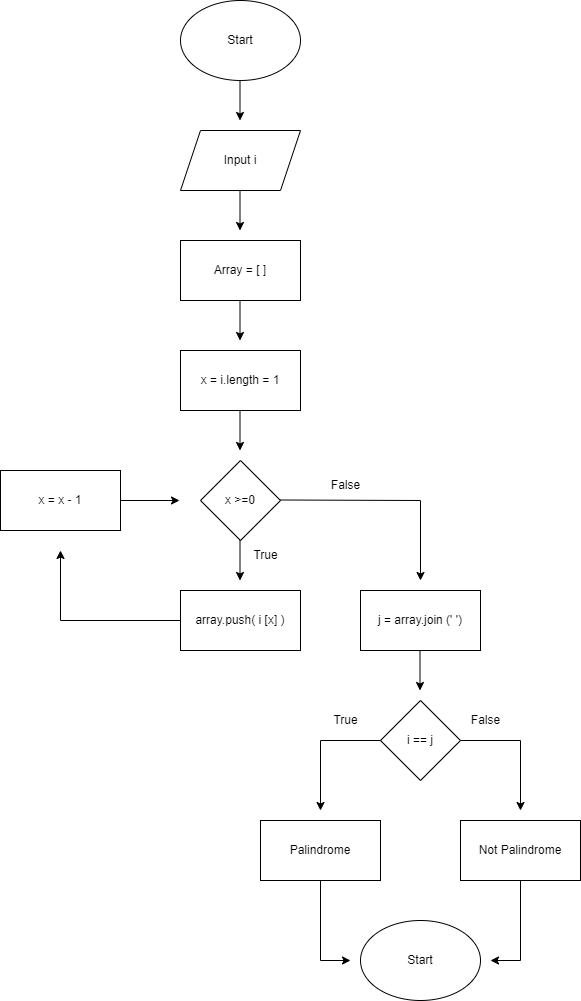
This is Task 1 A - FlowchartPalindrome.png from aberizuki/Week-2---JavaScript, a draw.io export, as it was before one commit. Source tidied: cells renumbered, new cells last; positions are measured from the earlier drawing's top-left corner, leaving out a move shared by most shapes.
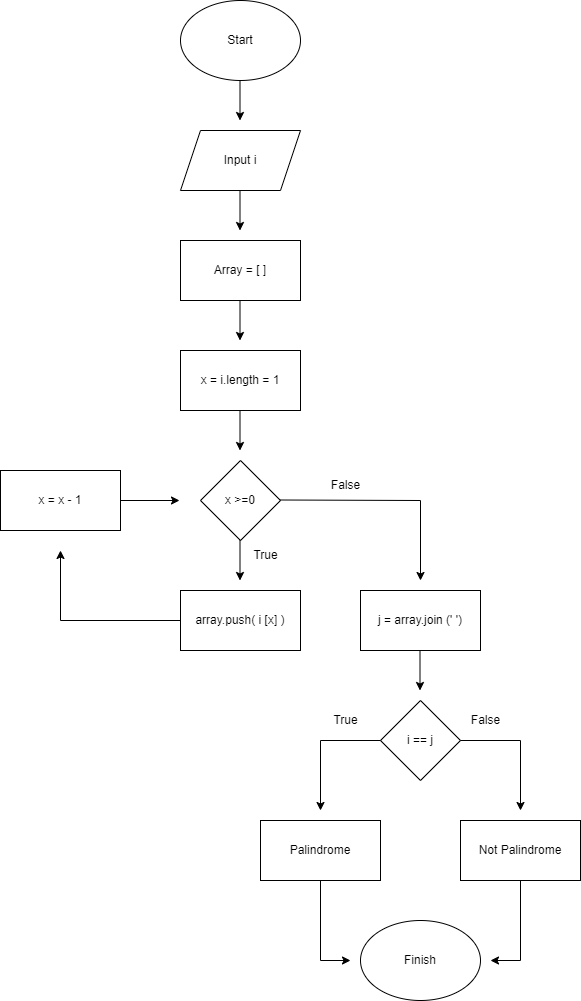
Above is the later version.

Diff of the diagram source:
```diff
@@ -123,7 +123,7 @@
     <mxCell id="27" value="Not Palindrome" style="rounded=0;whiteSpace=wrap;html=1;" parent="1" vertex="1">
       <mxGeometry x="460" y="820" width="120" height="60" as="geometry" />
     </mxCell>
-    <mxCell id="28" value="Start" style="ellipse;whiteSpace=wrap;html=1;" parent="1" vertex="1">
+    <mxCell id="28" value="Finish" style="ellipse;whiteSpace=wrap;html=1;" parent="1" vertex="1">
       <mxGeometry x="360" y="920" width="120" height="80" as="geometry" />
     </mxCell>
     <mxCell id="29" style="endArrow=classic;html=1;rounded=0;exitX=0.5;exitY=1;exitDx=0;exitDy=0;" parent="1" edge="1" source="26">
```
